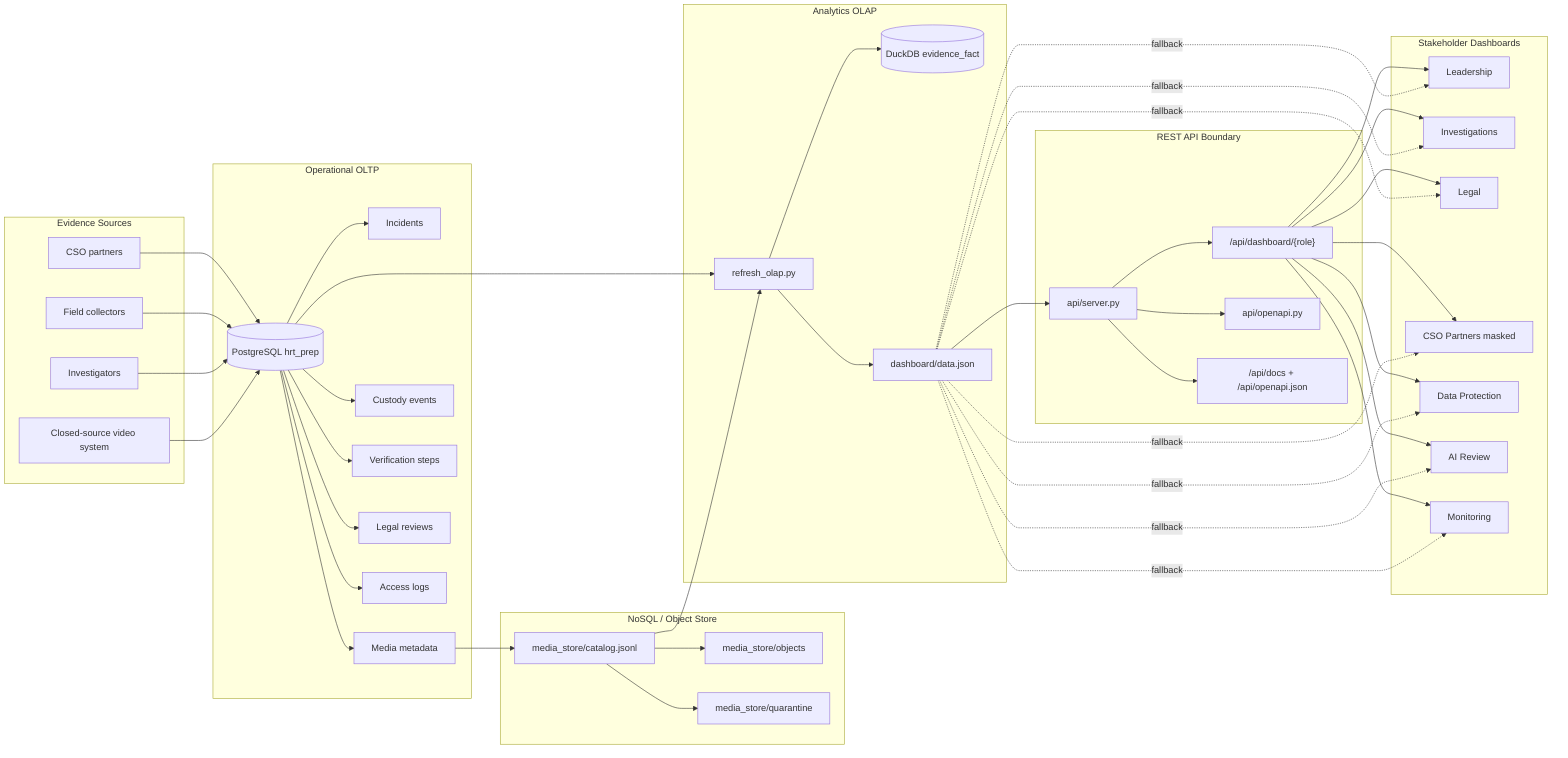
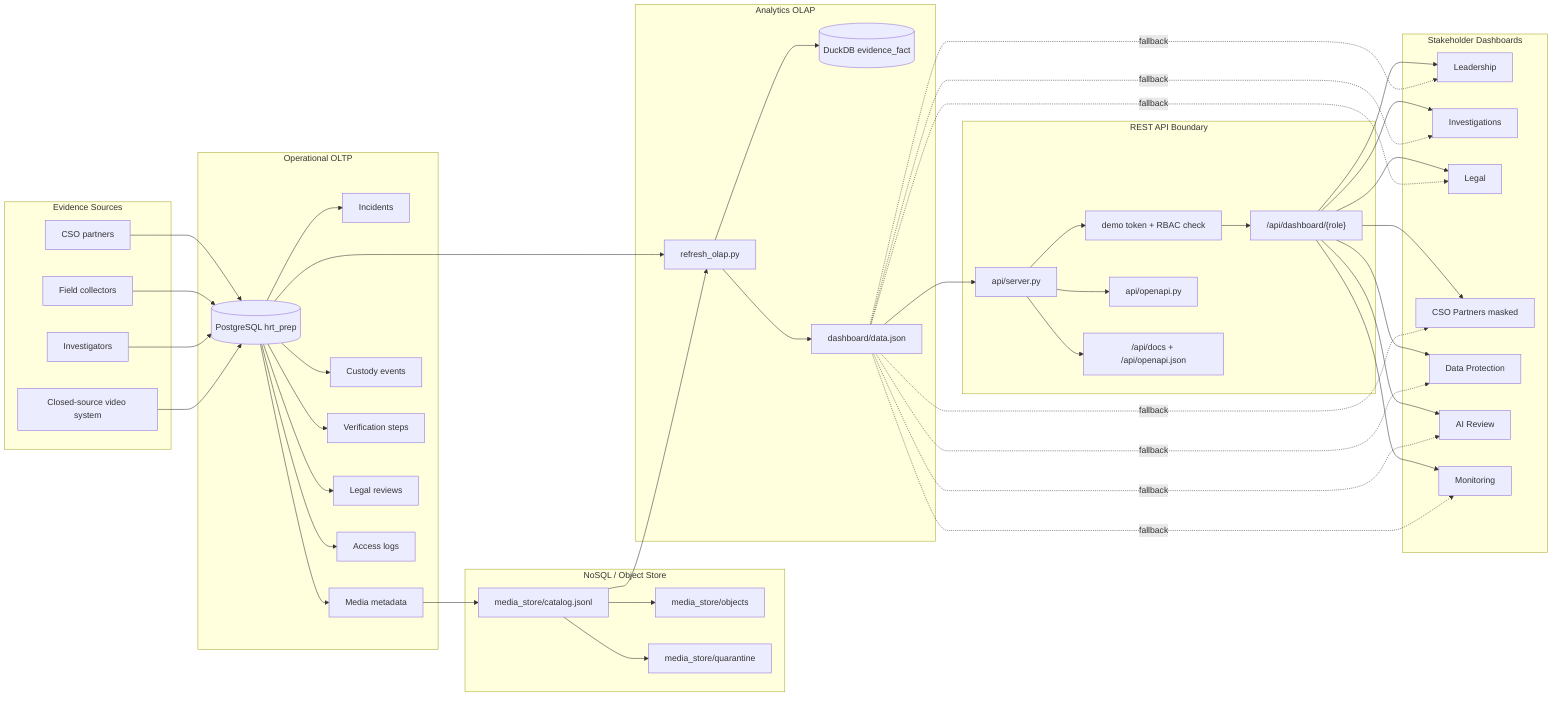
flowchart LR
    subgraph Sources[Evidence Sources]
        CSO[CSO partners]
        Field[Field collectors]
        Inv[Investigators]
        Vendor[Closed-source video system]
    end

    subgraph OLTP[Operational OLTP]
        PG[("PostgreSQL hrt_prep")]
        Incidents[Incidents]
        Media[Media metadata]
        Custody[Custody events]
        Verify[Verification steps]
        Legal[Legal reviews]
        Access[Access logs]
    end

    subgraph ObjectStore[NoSQL / Object Store]
        Catalog["media_store/catalog.jsonl"]
        Objects["media_store/objects"]
        Quarantine["media_store/quarantine"]
    end

    subgraph OLAP[Analytics OLAP]
        ETL["refresh_olap.py"]
        Duck[(DuckDB evidence_fact)]
        Snapshot["dashboard/data.json"]
    end

    subgraph API[REST API Boundary]
        ApiServer["api/server.py"]
+         Auth["demo token + RBAC check"]
        RoleApi["/api/dashboard/{role}"]
        ApiContract["api/openapi.py"]
        ApiDocs["/api/docs + /api/openapi.json"]
    end

    subgraph Dashboard[Stakeholder Dashboards]
        Lead[Leadership]
        Ops[Investigations]
        Law[Legal]
        Partner[CSO Partners masked]
        DP[Data Protection]
        AI[AI Review]
        Mon[Monitoring]
    end

    CSO --> PG
    Field --> PG
    Inv --> PG
    Vendor --> PG
    PG --> Incidents
    PG --> Media
    PG --> Custody
    PG --> Verify
    PG --> Legal
    PG --> Access
    Media --> Catalog
    Catalog --> Objects
    Catalog --> Quarantine
    PG --> ETL
    Catalog --> ETL
    ETL --> Duck
    ETL --> Snapshot
    Snapshot --> ApiServer
-     ApiServer --> RoleApi
+     ApiServer --> Auth
+     Auth --> RoleApi
    ApiServer --> ApiContract
    ApiServer --> ApiDocs
    RoleApi --> Lead
    RoleApi --> Ops
    RoleApi --> Law
    RoleApi --> Partner
    RoleApi --> DP
    RoleApi --> AI
    RoleApi --> Mon
    Snapshot -. fallback .-> Lead
    Snapshot -. fallback .-> Ops
    Snapshot -. fallback .-> Law
    Snapshot -. fallback .-> Partner
    Snapshot -. fallback .-> DP
    Snapshot -. fallback .-> AI
    Snapshot -. fallback .-> Mon
